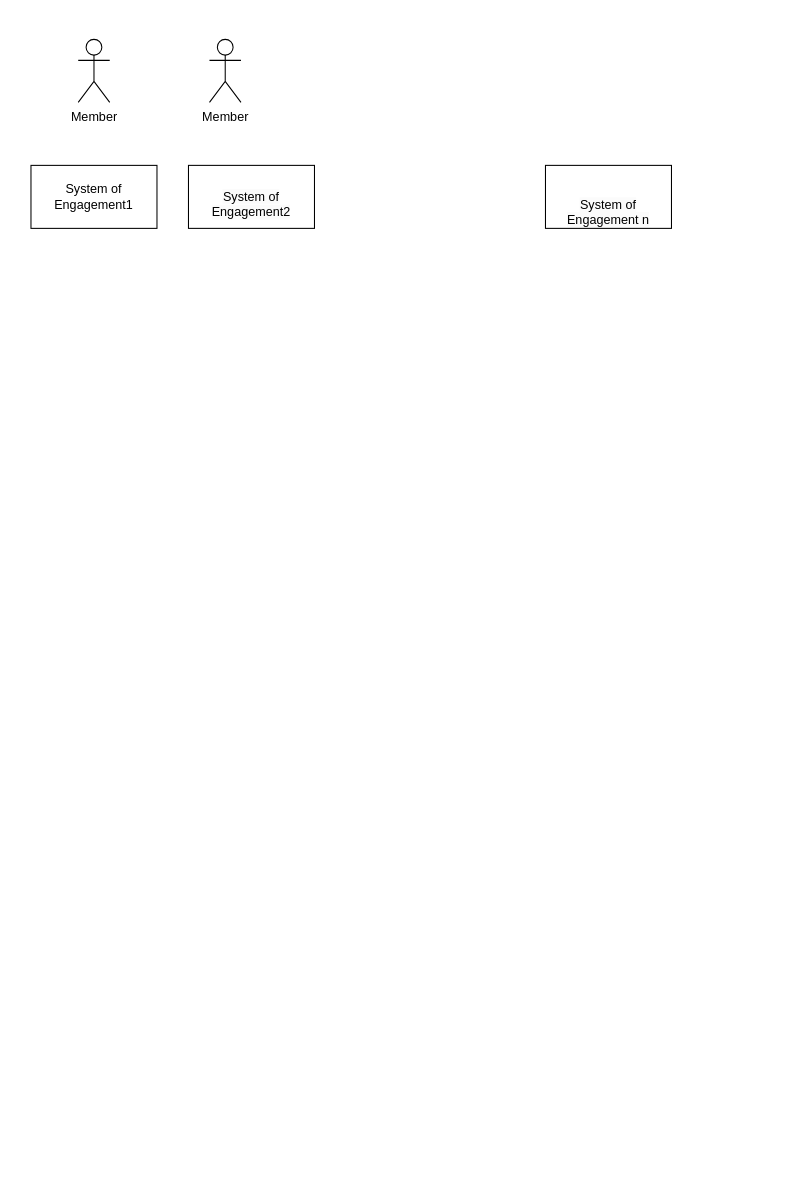
Before: Untitled Diagram.drawio in kingshukdash/python-programming-, a draw.io diagram. Source tidied: cells renumbered, new cells numbered last; positions are measured from the earlier drawing's top-left corner, leaving out a move shared by most shapes. Both pictures are drawn from the tidied source at 105%, with x=0, y=0 at pixel (30, 39).
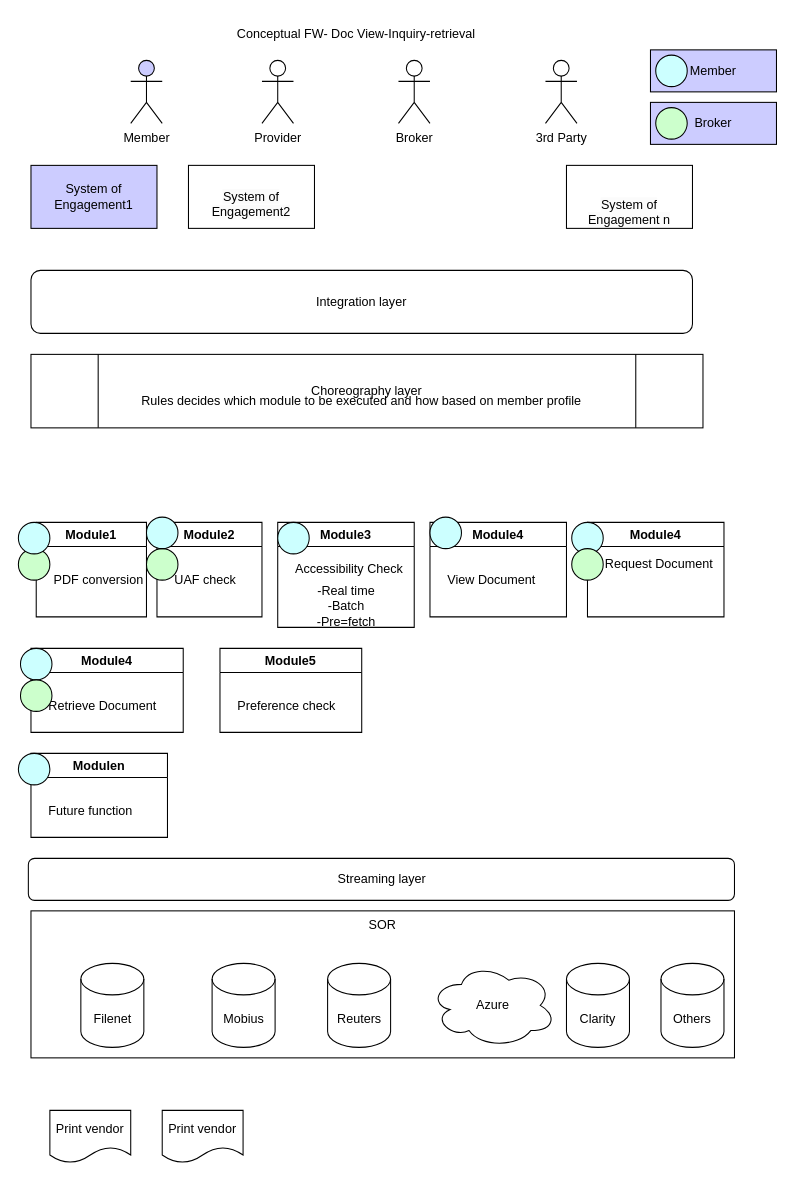
The same page after the edit.

Diff of the diagram source:
```diff
@@
+    <mxCell id="7" value="SOR" style="rounded=0;whiteSpace=wrap;html=1;verticalAlign=top;" parent="1" vertex="1">
+      <mxGeometry y="830" width="670" height="140" as="geometry" />
+    </mxCell>
-    <mxCell id="2" value="System of Engagement1" style="rounded=0;whiteSpace=wrap;html=1;" parent="1" vertex="1">
+    <mxCell id="2" value="System of Engagement1" style="rounded=0;whiteSpace=wrap;html=1;fillColor=#CCCCFF;" parent="1" vertex="1">
       <mxGeometry y="120" width="120" height="60" as="geometry" />
     </mxCell>
@@
     <mxCell id="4" value="&lt;br&gt;&lt;br style=&quot;border-color: var(--border-color); color: rgb(0, 0, 0); font-family: Helvetica; font-size: 12px; font-style: normal; font-variant-ligatures: normal; font-variant-caps: normal; font-weight: 400; letter-spacing: normal; orphans: 2; text-align: center; text-indent: 0px; text-transform: none; widows: 2; word-spacing: 0px; -webkit-text-stroke-width: 0px; background-color: rgb(251, 251, 251); text-decoration-thickness: initial; text-decoration-style: initial; text-decoration-color: initial;&quot;&gt;&lt;span style=&quot;border-color: var(--border-color); color: rgb(0, 0, 0); font-family: Helvetica; font-size: 12px; font-style: normal; font-variant-ligatures: normal; font-variant-caps: normal; font-weight: 400; letter-spacing: normal; orphans: 2; text-align: center; text-indent: 0px; text-transform: none; widows: 2; word-spacing: 0px; -webkit-text-stroke-width: 0px; text-decoration-thickness: initial; text-decoration-style: initial; text-decoration-color: initial; background-color: rgb(251, 251, 251); float: none; display: inline !important;&quot;&gt;System of Engagement n&lt;/span&gt;&lt;br&gt;" style="rounded=0;whiteSpace=wrap;html=1;" parent="1" vertex="1">
-      <mxGeometry x="490" y="120" width="120" height="60" as="geometry" />
+      <mxGeometry x="510" y="120" width="120" height="60" as="geometry" />
     </mxCell>
-    <mxCell id="5" value="Member" style="shape=umlActor;verticalLabelPosition=bottom;verticalAlign=top;html=1;" parent="1" vertex="1">
-      <mxGeometry x="170" width="30" height="60" as="geometry" />
+    <mxCell id="5" value="Provider" style="shape=umlActor;verticalLabelPosition=bottom;verticalAlign=top;html=1;" parent="1" vertex="1">
+      <mxGeometry x="220" y="20" width="30" height="60" as="geometry" />
     </mxCell>
-    <mxCell id="6" value="Member" style="shape=umlActor;verticalLabelPosition=bottom;verticalAlign=top;html=1;" parent="1" vertex="1">
-      <mxGeometry x="45" width="30" height="60" as="geometry" />
+    <mxCell id="6" value="Member" style="shape=umlActor;verticalLabelPosition=bottom;verticalAlign=top;html=1;fillColor=#CCCCFF;" parent="1" vertex="1">
+      <mxGeometry x="95" y="20" width="30" height="60" as="geometry" />
     </mxCell>
+    <mxCell id="8" value="Broker" style="shape=umlActor;verticalLabelPosition=bottom;verticalAlign=top;html=1;" parent="1" vertex="1">
+      <mxGeometry x="350" y="20" width="30" height="60" as="geometry" />
+    </mxCell>
+    <mxCell id="9" value="3rd Party" style="shape=umlActor;verticalLabelPosition=bottom;verticalAlign=top;html=1;" parent="1" vertex="1">
+      <mxGeometry x="490" y="20" width="30" height="60" as="geometry" />
+    </mxCell>
+    <mxCell id="10" value="Integration layer" style="rounded=1;whiteSpace=wrap;html=1;" parent="1" vertex="1">
+      <mxGeometry y="220" width="630" height="60" as="geometry" />
+    </mxCell>
+    <mxCell id="11" value="Filenet" style="shape=cylinder3;whiteSpace=wrap;html=1;boundedLbl=1;backgroundOutline=1;size=15;" parent="1" vertex="1">
+      <mxGeometry x="47.5" y="880" width="60" height="80" as="geometry" />
+    </mxCell>
+    <mxCell id="12" value="Mobius" style="shape=cylinder3;whiteSpace=wrap;html=1;boundedLbl=1;backgroundOutline=1;size=15;" parent="1" vertex="1">
+      <mxGeometry x="172.5" y="880" width="60" height="80" as="geometry" />
+    </mxCell>
+    <mxCell id="13" value="Reuters" style="shape=cylinder3;whiteSpace=wrap;html=1;boundedLbl=1;backgroundOutline=1;size=15;" parent="1" vertex="1">
+      <mxGeometry x="282.5" y="880" width="60" height="80" as="geometry" />
+    </mxCell>
+    <mxCell id="14" value="Choreography layer" style="shape=process;whiteSpace=wrap;html=1;backgroundOutline=1;" parent="1" vertex="1">
+      <mxGeometry y="300" width="640" height="70" as="geometry" />
+    </mxCell>
+    <mxCell id="15" value="Print vendor" style="shape=document;whiteSpace=wrap;html=1;boundedLbl=1;" parent="1" vertex="1">
+      <mxGeometry x="18" y="1020" width="77" height="50" as="geometry" />
+    </mxCell>
+    <mxCell id="16" value="Module1" style="swimlane;whiteSpace=wrap;html=1;" parent="1" vertex="1">
+      <mxGeometry x="5" y="460" width="105" height="90" as="geometry" />
+    </mxCell>
+    <mxCell id="17" value="PDF conversion" style="text;html=1;align=left;verticalAlign=middle;strokeColor=none;fillColor=none;" parent="16" vertex="1">
+      <mxGeometry x="15" y="40" width="110" height="30" as="geometry" />
+    </mxCell>
+    <mxCell id="18" style="ellipse;whiteSpace=wrap;html=1;fillColor=#CCFFCC;" parent="16" vertex="1">
+      <mxGeometry x="-17" y="25" width="30" height="30" as="geometry" />
+    </mxCell>
+    <mxCell id="19" value="Module2" style="swimlane;whiteSpace=wrap;html=1;" parent="1" vertex="1">
+      <mxGeometry x="120" y="460" width="100" height="90" as="geometry" />
+    </mxCell>
+    <mxCell id="20" value="UAF check" style="text;html=1;align=left;verticalAlign=middle;strokeColor=none;fillColor=none;" parent="19" vertex="1">
+      <mxGeometry x="15" y="40" width="80" height="30" as="geometry" />
+    </mxCell>
+    <mxCell id="21" style="ellipse;whiteSpace=wrap;html=1;fillColor=#CCFFCC;" parent="19" vertex="1">
+      <mxGeometry x="-10" y="25" width="30" height="30" as="geometry" />
+    </mxCell>
+    <mxCell id="22" value="Module3" style="swimlane;whiteSpace=wrap;html=1;" parent="1" vertex="1">
+      <mxGeometry x="235" y="460" width="130" height="100" as="geometry" />
+    </mxCell>
+    <mxCell id="23" value="Accessibility Check" style="text;html=1;align=left;verticalAlign=middle;strokeColor=none;fillColor=none;" parent="22" vertex="1">
+      <mxGeometry x="15" y="30" width="130" height="30" as="geometry" />
+    </mxCell>
+    <mxCell id="24" value="-Real time&lt;br&gt;-Batch&lt;br&gt;-Pre=fetch" style="text;html=1;strokeColor=none;fillColor=none;align=center;verticalAlign=middle;whiteSpace=wrap;rounded=0;" parent="22" vertex="1">
+      <mxGeometry x="12.5" y="60" width="105" height="40" as="geometry" />
+    </mxCell>
+    <mxCell id="25" style="ellipse;whiteSpace=wrap;html=1;fillColor=#CCFFFF;" parent="22" vertex="1">
+      <mxGeometry width="30" height="30" as="geometry" />
+    </mxCell>
+    <mxCell id="26" value="Rules decides which module to be executed and how based on member profile" style="text;html=1;strokeColor=none;fillColor=none;align=center;verticalAlign=middle;whiteSpace=wrap;rounded=0;" parent="1" vertex="1">
+      <mxGeometry x="5" y="330" width="620" height="30" as="geometry" />
+    </mxCell>
+    <mxCell id="27" value="Module4" style="swimlane;whiteSpace=wrap;html=1;" parent="1" vertex="1">
+      <mxGeometry x="380" y="460" width="130" height="90" as="geometry" />
+    </mxCell>
+    <mxCell id="28" value="View Document" style="text;html=1;align=left;verticalAlign=middle;strokeColor=none;fillColor=none;" parent="27" vertex="1">
+      <mxGeometry x="15" y="40" width="110" height="30" as="geometry" />
+    </mxCell>
+    <mxCell id="29" style="ellipse;whiteSpace=wrap;html=1;fillColor=#CCFFFF;" parent="27" vertex="1">
+      <mxGeometry y="-5" width="30" height="30" as="geometry" />
+    </mxCell>
+    <mxCell id="30" value="Module4" style="swimlane;whiteSpace=wrap;html=1;" parent="1" vertex="1">
+      <mxGeometry y="580" width="145" height="80" as="geometry" />
+    </mxCell>
+    <mxCell id="31" value="Retrieve Document" style="text;html=1;align=left;verticalAlign=middle;strokeColor=none;fillColor=none;" parent="30" vertex="1">
+      <mxGeometry x="15" y="40" width="130" height="30" as="geometry" />
+    </mxCell>
+    <mxCell id="32" style="ellipse;whiteSpace=wrap;html=1;fillColor=#CCFFFF;" parent="30" vertex="1">
+      <mxGeometry x="-10" width="30" height="30" as="geometry" />
+    </mxCell>
+    <mxCell id="33" style="ellipse;whiteSpace=wrap;html=1;fillColor=#CCFFCC;" parent="30" vertex="1">
+      <mxGeometry x="-10" y="30" width="30" height="30" as="geometry" />
+    </mxCell>
+    <mxCell id="34" value="Module4" style="swimlane;whiteSpace=wrap;html=1;" parent="1" vertex="1">
+      <mxGeometry x="530" y="460" width="130" height="90" as="geometry" />
+    </mxCell>
+    <mxCell id="35" value="Request Document" style="text;html=1;align=left;verticalAlign=middle;strokeColor=none;fillColor=none;" parent="34" vertex="1">
+      <mxGeometry x="15" y="25" width="130" height="30" as="geometry" />
+    </mxCell>
+    <mxCell id="36" style="ellipse;whiteSpace=wrap;html=1;fillColor=#CCFFFF;" parent="34" vertex="1">
+      <mxGeometry x="-15" width="30" height="30" as="geometry" />
+    </mxCell>
+    <mxCell id="37" style="ellipse;whiteSpace=wrap;html=1;fillColor=#CCFFCC;" parent="34" vertex="1">
+      <mxGeometry x="-15" y="25" width="30" height="30" as="geometry" />
+    </mxCell>
+    <mxCell id="38" value="Modulen" style="swimlane;whiteSpace=wrap;html=1;" parent="1" vertex="1">
+      <mxGeometry y="680" width="130" height="80" as="geometry" />
+    </mxCell>
+    <mxCell id="39" value="Future function" style="text;html=1;align=left;verticalAlign=middle;strokeColor=none;fillColor=none;" parent="38" vertex="1">
+      <mxGeometry x="15" y="40" width="100" height="30" as="geometry" />
+    </mxCell>
+    <mxCell id="40" style="ellipse;whiteSpace=wrap;html=1;fillColor=#CCFFFF;" parent="38" vertex="1">
+      <mxGeometry x="-12" width="30" height="30" as="geometry" />
+    </mxCell>
+    <mxCell id="41" value="Streaming layer" style="rounded=1;whiteSpace=wrap;html=1;" parent="1" vertex="1">
+      <mxGeometry x="-2.5" y="780" width="672.5" height="40" as="geometry" />
+    </mxCell>
+    <mxCell id="42" value="Conceptual FW- Doc View-Inquiry-retrieval" style="text;html=1;strokeColor=none;fillColor=none;align=center;verticalAlign=middle;whiteSpace=wrap;rounded=0;" parent="1" vertex="1">
+      <mxGeometry x="190" y="-20" width="240" height="30" as="geometry" />
+    </mxCell>
+    <mxCell id="43" value="Print vendor" style="shape=document;whiteSpace=wrap;html=1;boundedLbl=1;" parent="1" vertex="1">
+      <mxGeometry x="125" y="1020" width="77" height="50" as="geometry" />
+    </mxCell>
+    <mxCell id="44" value="Azure" style="ellipse;shape=cloud;whiteSpace=wrap;html=1;" parent="1" vertex="1">
+      <mxGeometry x="380" y="880" width="120" height="80" as="geometry" />
+    </mxCell>
+    <mxCell id="45" value="Clarity" style="shape=cylinder3;whiteSpace=wrap;html=1;boundedLbl=1;backgroundOutline=1;size=15;" parent="1" vertex="1">
+      <mxGeometry x="510" y="880" width="60" height="80" as="geometry" />
+    </mxCell>
+    <mxCell id="46" value="Others" style="shape=cylinder3;whiteSpace=wrap;html=1;boundedLbl=1;backgroundOutline=1;size=15;" parent="1" vertex="1">
+      <mxGeometry x="600" y="880" width="60" height="80" as="geometry" />
+    </mxCell>
+    <mxCell id="47" value="Member" style="rounded=0;whiteSpace=wrap;html=1;fillColor=#CCCCFF;" parent="1" vertex="1">
+      <mxGeometry x="590" y="10" width="120" height="40" as="geometry" />
+    </mxCell>
+    <mxCell id="48" style="ellipse;whiteSpace=wrap;html=1;fillColor=#CCFFFF;" parent="1" vertex="1">
+      <mxGeometry x="595" y="15" width="30" height="30" as="geometry" />
+    </mxCell>
+    <mxCell id="49" style="ellipse;whiteSpace=wrap;html=1;fillColor=#CCFFFF;" parent="1" vertex="1">
+      <mxGeometry x="-12" y="460" width="30" height="30" as="geometry" />
+    </mxCell>
+    <mxCell id="50" value="Broker" style="rounded=0;whiteSpace=wrap;html=1;fillColor=#CCCCFF;" parent="1" vertex="1">
+      <mxGeometry x="590" y="60" width="120" height="40" as="geometry" />
+    </mxCell>
+    <mxCell id="51" style="ellipse;whiteSpace=wrap;html=1;fillColor=#CCFFCC;" parent="1" vertex="1">
+      <mxGeometry x="595" y="65" width="30" height="30" as="geometry" />
+    </mxCell>
+    <mxCell id="52" value="Module5" style="swimlane;whiteSpace=wrap;html=1;" parent="1" vertex="1">
+      <mxGeometry x="180" y="580" width="135" height="80" as="geometry" />
+    </mxCell>
+    <mxCell id="53" value="Preference check" style="text;html=1;align=left;verticalAlign=middle;strokeColor=none;fillColor=none;" parent="52" vertex="1">
+      <mxGeometry x="15" y="40" width="120" height="30" as="geometry" />
+    </mxCell>
+    <mxCell id="54" style="ellipse;whiteSpace=wrap;html=1;fillColor=#CCFFFF;" parent="1" vertex="1">
+      <mxGeometry x="110" y="455" width="30" height="30" as="geometry" />
+    </mxCell>
```
